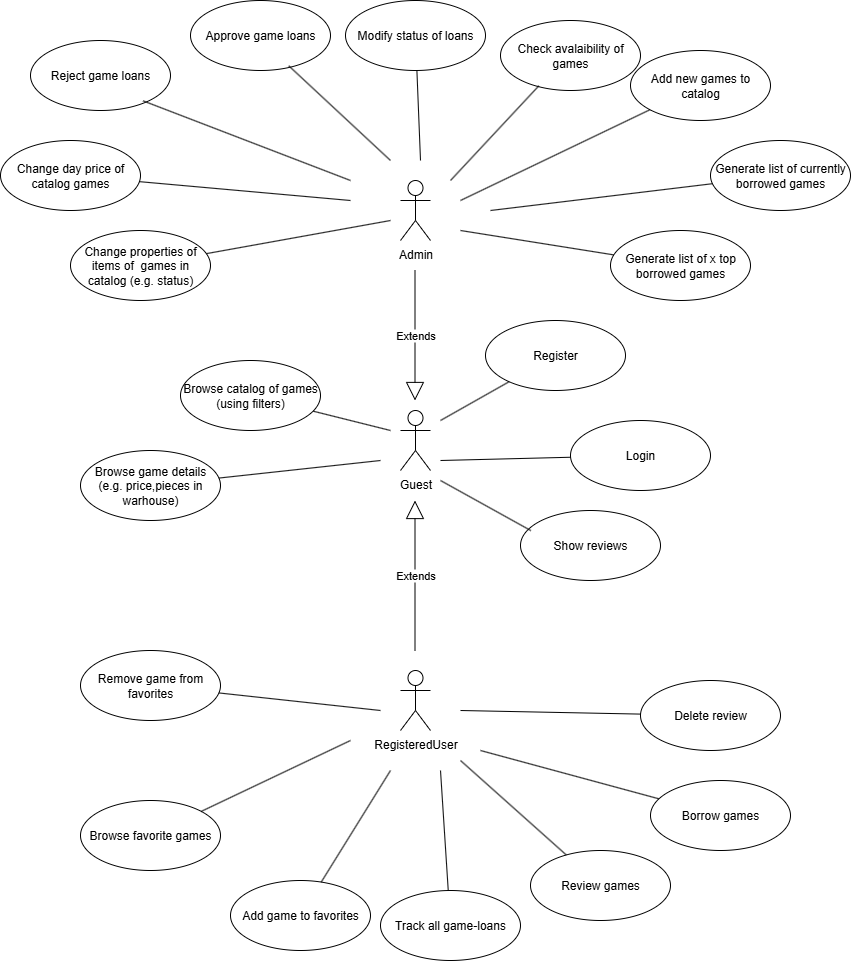
Earlier version of the draw.io export UC.png (alfacentaur1/api-board-game-rental). Source tidied: cells renumbered, new cells last; positions are measured from the earlier drawing's top-left corner, leaving out a move shared by most shapes.
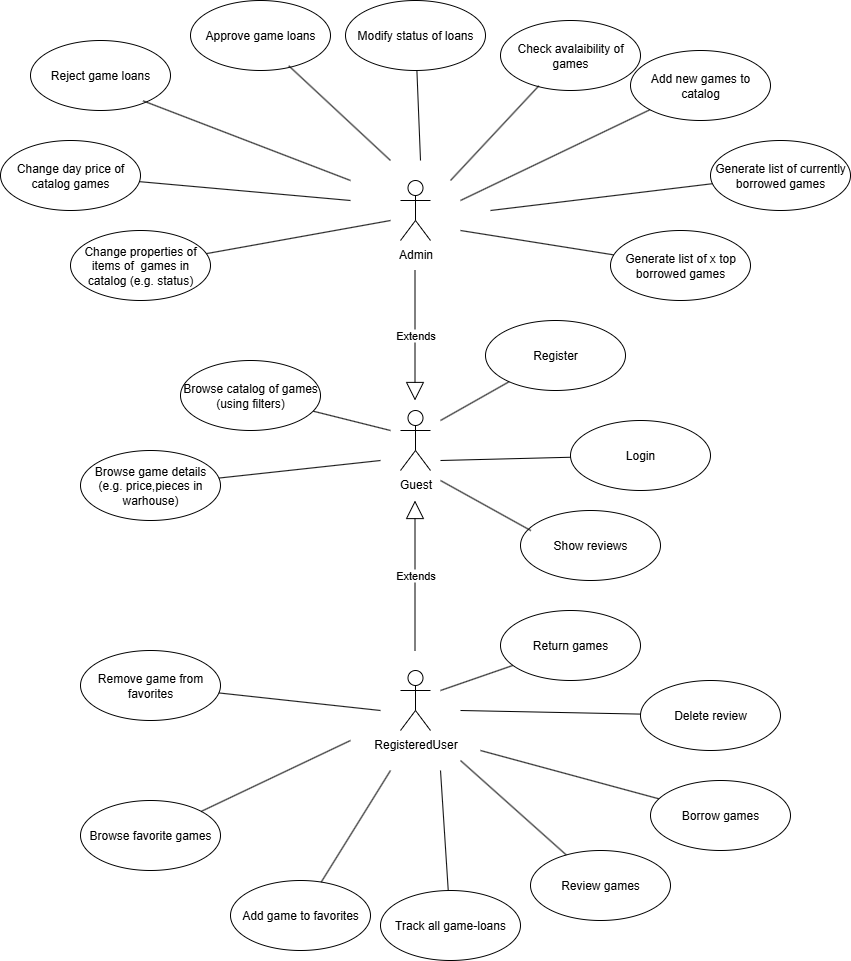
Above is the later version.

What changed in the source:
```diff
@@ -317,5 +317,19 @@
     <mxCell id="90" style="html=1;align=right;verticalAlign=bottom;labelBackgroundColor=none;" parent="88" vertex="1">
       <mxGeometry x="1" relative="1" as="geometry" />
     </mxCell>
+    <mxCell id="91" value="Return games" style="ellipse;whiteSpace=wrap;html=1;" parent="1" vertex="1">
+      <mxGeometry x="500" y="610" width="140" height="70" as="geometry" />
+    </mxCell>
+    <mxCell id="92" style="endArrow=none;html=1;rounded=0;align=center;verticalAlign=top;endFill=0;labelBackgroundColor=none;" parent="1" edge="1" target="91">
+      <mxGeometry relative="1" as="geometry">
+        <mxPoint x="440" y="690" as="sourcePoint" />
+      </mxGeometry>
+    </mxCell>
+    <mxCell id="93" style="html=1;align=left;verticalAlign=bottom;labelBackgroundColor=none;" parent="92" vertex="1">
+      <mxGeometry x="-1" relative="1" as="geometry" />
+    </mxCell>
+    <mxCell id="94" style="html=1;align=right;verticalAlign=bottom;labelBackgroundColor=none;" parent="92" vertex="1">
+      <mxGeometry x="1" relative="1" as="geometry" />
+    </mxCell>
   </root>
 </mxGraphModel>
```
